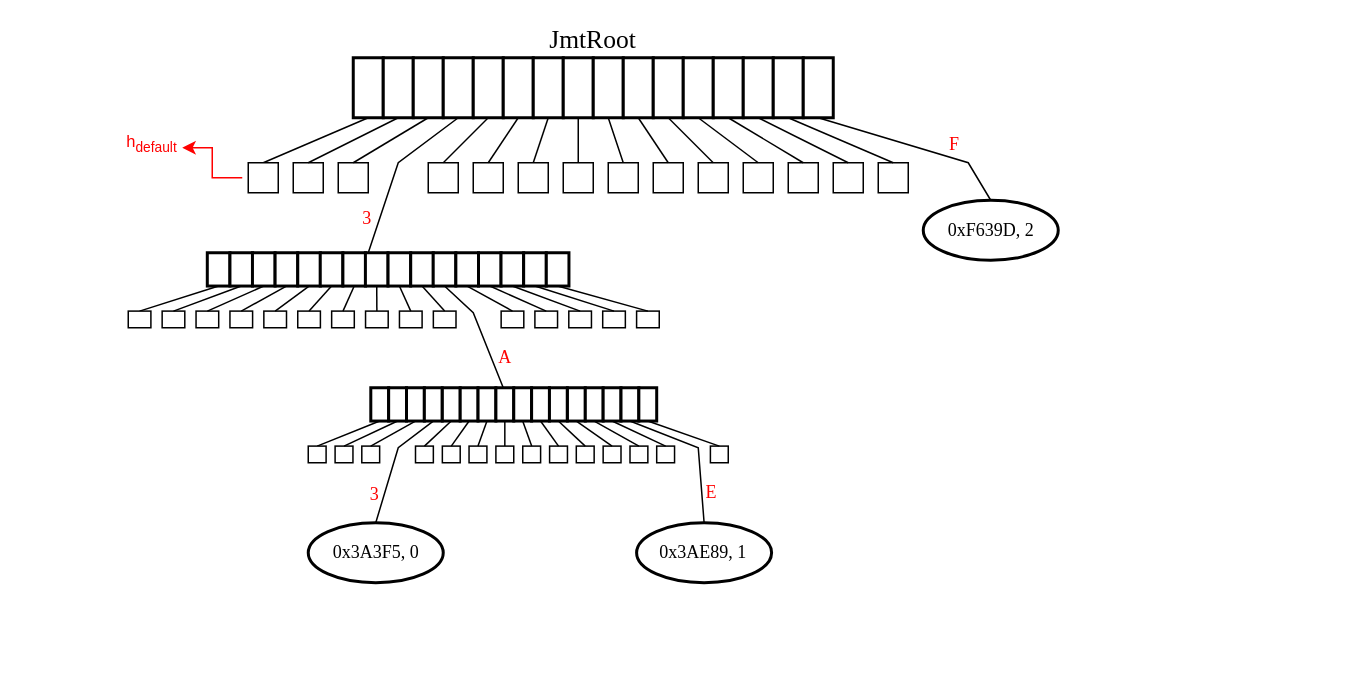
Earlier version of the draw.io diagram JMT.drawio (pietro-celati/Jellyfish-Merkle-Tree). Source tidied: cells renumbered, new cells numbered last; positions are measured from the earlier drawing's top-left corner, leaving out a move shared by most shapes. Both pictures are drawn from the tidied source at 150%, with x=0, y=0 at pixel (106, 26).
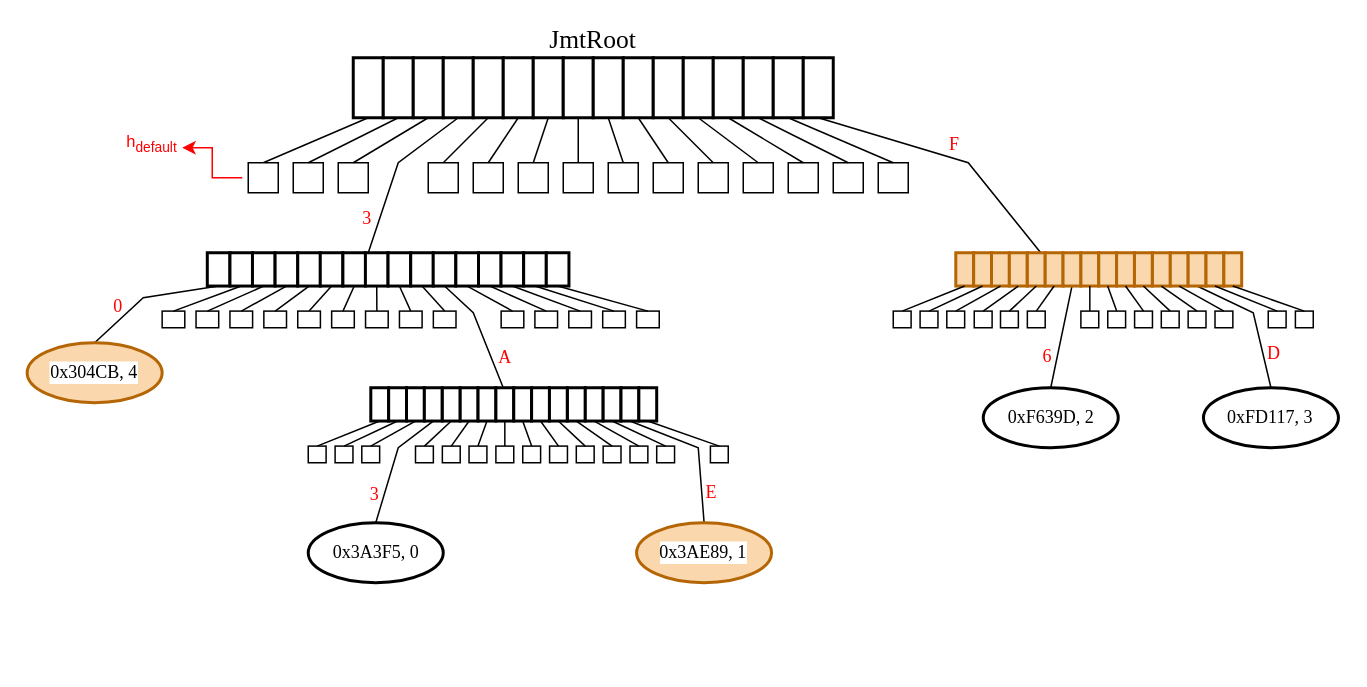
The same page after the edit.

Unchanged cells that the change refers to:
```xml
<mxCell id="22" style="rounded=0;whiteSpace=wrap;html=1;strokeWidth=2;" parent="6" vertex="1">
  <mxGeometry x="300" width="20" height="40" as="geometry" />
</mxCell>
<mxCell id="110" style="rounded=0;whiteSpace=wrap;html=1;strokeWidth=2;fillColor=#FFFFFF;" parent="109" vertex="1">
  <mxGeometry width="15.1" height="22.2" as="geometry" />
</mxCell>
```

The edit, as a diff of the source:
```diff
@@
-    <mxCell id="103" style="ellipse;whiteSpace=wrap;html=1;strokeWidth=2;" parent="1" vertex="1">
+    <mxCell id="103" style="ellipse;whiteSpace=wrap;html=1;strokeWidth=2;fillColor=#fad7ac;strokeColor=#b46504;" parent="1" vertex="1">
       <mxGeometry x="352.9" y="331" width="90" height="40" as="geometry" />
     </mxCell>
@@
-    <mxCell id="105" style="ellipse;whiteSpace=wrap;html=1;strokeWidth=2;fillColor=#FFFFFF;fontColor=#ffffff;strokeColor=#000000;" parent="1" vertex="1">
-      <mxGeometry x="544" y="116" width="90" height="40" as="geometry" />
-    </mxCell>
-    <mxCell id="106" value="&lt;font face=&quot;Times New Roman&quot;&gt;0x&lt;span style=&quot;&quot;&gt;F63&lt;/span&gt;&lt;span style=&quot;&quot;&gt;9D&lt;/span&gt;, &lt;span style=&quot;&quot;&gt;2&lt;/span&gt;&lt;/font&gt;" style="text;html=1;align=center;verticalAlign=middle;whiteSpace=wrap;rounded=0;labelBackgroundColor=default;" parent="1" vertex="1">
-      <mxGeometry x="551.5" y="121" width="75" height="30" as="geometry" />
-    </mxCell>
-    <mxCell id="107" style="endArrow=none;html=1;rounded=0;entryX=0.5;entryY=1;entryDx=0;entryDy=0;exitX=0.5;exitY=0;exitDx=0;exitDy=0;" parent="1" edge="1" source="105" target="22">
+    <mxCell id="107" style="endArrow=none;html=1;rounded=0;entryX=0.5;entryY=1;entryDx=0;entryDy=0;exitX=0.75;exitY=0;exitDx=0;exitDy=0;" parent="1" edge="1" source="176" target="22">
       <mxGeometry relative="1" as="geometry">
         <Array as="points">
           <mxPoint x="574" y="91" />
         </Array>
       </mxGeometry>
     </mxCell>
@@
-    <mxCell id="126" style="endArrow=none;html=1;rounded=0;exitX=0.5;exitY=0;exitDx=0;exitDy=0;entryX=0.5;entryY=1;entryDx=0;entryDy=0;" parent="1" edge="1" source="127" target="110">
-      <mxGeometry relative="1" as="geometry" />
+    <mxCell id="126" style="endArrow=none;html=1;rounded=0;entryX=0.5;entryY=1;entryDx=0;entryDy=0;exitX=0.5;exitY=0;exitDx=0;exitDy=0;strokeColor=#000000;" parent="1" edge="1" source="167" target="110">
+      <mxGeometry relative="1" as="geometry">
+        <Array as="points">
+          <mxPoint x="24" y="181" />
+        </Array>
+      </mxGeometry>
     </mxCell>
-    <mxCell id="127" style="rounded=0;whiteSpace=wrap;html=1;" parent="1" vertex="1">
-      <mxGeometry x="14" y="189.9" width="15.1" height="11.1" as="geometry" />
-    </mxCell>
@@
+    <mxCell id="161" style="group;" parent="1" vertex="1">
+      <mxGeometry x="584" y="241" width="90" height="40" as="geometry" />
+    </mxCell>
+    <mxCell id="105" style="ellipse;whiteSpace=wrap;html=1;strokeWidth=2;fillColor=#FFFFFF;fontColor=#ffffff;strokeColor=#000000;" parent="161" vertex="1">
+      <mxGeometry width="90" height="40" as="geometry" />
+    </mxCell>
+    <mxCell id="106" value="&lt;font face=&quot;Times New Roman&quot;&gt;0x&lt;span style=&quot;&quot;&gt;F63&lt;/span&gt;&lt;span style=&quot;&quot;&gt;9D&lt;/span&gt;, &lt;span style=&quot;&quot;&gt;2&lt;/span&gt;&lt;/font&gt;" style="text;html=1;align=center;verticalAlign=middle;whiteSpace=wrap;rounded=0;labelBackgroundColor=default;" parent="161" vertex="1">
+      <mxGeometry x="7.5" y="5" width="75" height="30" as="geometry" />
+    </mxCell>
+    <mxCell id="162" style="endArrow=none;html=1;rounded=0;entryX=0.5;entryY=1;entryDx=0;entryDy=0;exitX=0.5;exitY=0;exitDx=0;exitDy=0;" parent="1" edge="1" source="105" target="178">
+      <mxGeometry relative="1" as="geometry" />
+    </mxCell>
+    <mxCell id="163" style="endArrow=none;html=1;rounded=0;entryX=0.5;entryY=1;entryDx=0;entryDy=0;exitX=0.5;exitY=0;exitDx=0;exitDy=0;strokeColor=#000000;" parent="1" edge="1" source="169" target="185">
+      <mxGeometry relative="1" as="geometry">
+        <Array as="points">
+          <mxPoint x="764" y="191" />
+        </Array>
+      </mxGeometry>
+    </mxCell>
+    <mxCell id="164" value="&lt;font style=&quot;color: rgb(255, 0, 0);&quot; face=&quot;Times New Roman&quot;&gt;0&lt;/font&gt;" style="text;html=1;align=center;verticalAlign=middle;whiteSpace=wrap;rounded=0;" parent="1" vertex="1">
+      <mxGeometry x="-4" y="175.2" width="23" height="24" as="geometry" />
+    </mxCell>
+    <mxCell id="165" value="&lt;font style=&quot;color: rgb(255, 0, 0);&quot; face=&quot;Times New Roman&quot;&gt;6&lt;/font&gt;" style="text;html=1;align=center;verticalAlign=middle;whiteSpace=wrap;rounded=0;" parent="1" vertex="1">
+      <mxGeometry x="614" y="208.5" width="25.5" height="23" as="geometry" />
+    </mxCell>
+    <mxCell id="166" value="&lt;font style=&quot;color: rgb(255, 0, 0);&quot; face=&quot;Times New Roman&quot;&gt;D&lt;/font&gt;" style="text;html=1;align=center;verticalAlign=middle;whiteSpace=wrap;rounded=0;" parent="1" vertex="1">
+      <mxGeometry x="765" y="206.5" width="25.5" height="23" as="geometry" />
+    </mxCell>
+    <mxCell id="167" style="ellipse;whiteSpace=wrap;html=1;strokeWidth=2;fillColor=#fad7ac;strokeColor=#b46504;" parent="1" vertex="1">
+      <mxGeometry x="-53.4" y="211" width="90" height="40" as="geometry" />
+    </mxCell>
+    <mxCell id="168" value="&lt;font face=&quot;Times New Roman&quot;&gt;0x&lt;span style=&quot;&quot;&gt;304CB&lt;/span&gt;, 4&lt;/font&gt;" style="text;html=1;align=center;verticalAlign=middle;whiteSpace=wrap;rounded=0;labelBackgroundColor=default;" parent="1" vertex="1">
+      <mxGeometry x="-45.9" y="216" width="75" height="30" as="geometry" />
+    </mxCell>
+    <mxCell id="169" style="ellipse;whiteSpace=wrap;html=1;strokeWidth=2;" parent="1" vertex="1">
+      <mxGeometry x="730.8" y="241" width="90" height="40" as="geometry" />
+    </mxCell>
+    <mxCell id="170" value="&lt;font face=&quot;Times New Roman&quot;&gt;0xFD117, 3&lt;/font&gt;" style="text;html=1;align=center;verticalAlign=middle;whiteSpace=wrap;rounded=0;labelBackgroundColor=default;" parent="1" vertex="1">
+      <mxGeometry x="738.2" y="246" width="75" height="30" as="geometry" />
+    </mxCell>
+    <mxCell id="171" style="group;strokeWidth=2;" parent="1" vertex="1">
+      <mxGeometry x="565.7" y="151" width="190.6" height="22.2" as="geometry" />
+    </mxCell>
+    <mxCell id="172" style="rounded=0;whiteSpace=wrap;html=1;strokeWidth=2;fillColor=#fad7ac;strokeColor=#b46504;" parent="171" vertex="1">
+      <mxGeometry width="11.9" height="22.2" as="geometry" />
+    </mxCell>
+    <mxCell id="173" style="rounded=0;whiteSpace=wrap;html=1;strokeWidth=2;fillColor=#fad7ac;strokeColor=#b46504;" parent="171" vertex="1">
+      <mxGeometry x="11.9" width="11.9" height="22.2" as="geometry" />
+    </mxCell>
+    <mxCell id="174" style="rounded=0;whiteSpace=wrap;html=1;strokeWidth=2;fillColor=#fad7ac;strokeColor=#b46504;" parent="171" vertex="1">
+      <mxGeometry x="23.8" width="11.9" height="22.2" as="geometry" />
+    </mxCell>
+    <mxCell id="175" style="rounded=0;whiteSpace=wrap;html=1;strokeWidth=2;fillColor=#fad7ac;strokeColor=#b46504;" parent="171" vertex="1">
+      <mxGeometry x="35.7" width="11.9" height="22.2" as="geometry" />
+    </mxCell>
+    <mxCell id="176" style="rounded=0;whiteSpace=wrap;html=1;strokeWidth=2;fillColor=#fad7ac;strokeColor=#b46504;" parent="171" vertex="1">
+      <mxGeometry x="47.7" width="11.9" height="22.2" as="geometry" />
+    </mxCell>
+    <mxCell id="177" style="rounded=0;whiteSpace=wrap;html=1;strokeWidth=2;fillColor=#fad7ac;strokeColor=#b46504;" parent="171" vertex="1">
+      <mxGeometry x="59.6" width="11.9" height="22.2" as="geometry" />
+    </mxCell>
+    <mxCell id="178" style="rounded=0;whiteSpace=wrap;html=1;strokeWidth=2;fillColor=#fad7ac;strokeColor=#b46504;" parent="171" vertex="1">
+      <mxGeometry x="71.5" width="11.9" height="22.2" as="geometry" />
+    </mxCell>
+    <mxCell id="179" style="rounded=0;whiteSpace=wrap;html=1;strokeWidth=2;fillColor=#fad7ac;strokeColor=#b46504;" parent="171" vertex="1">
+      <mxGeometry x="83.4" width="11.9" height="22.2" as="geometry" />
+    </mxCell>
+    <mxCell id="180" style="rounded=0;whiteSpace=wrap;html=1;strokeWidth=2;fillColor=#fad7ac;strokeColor=#b46504;" parent="171" vertex="1">
+      <mxGeometry x="95.3" width="11.9" height="22.2" as="geometry" />
+    </mxCell>
+    <mxCell id="181" style="rounded=0;whiteSpace=wrap;html=1;strokeWidth=2;fillColor=#fad7ac;strokeColor=#b46504;" parent="171" vertex="1">
+      <mxGeometry x="107.2" width="11.9" height="22.2" as="geometry" />
+    </mxCell>
+    <mxCell id="182" style="rounded=0;whiteSpace=wrap;html=1;strokeWidth=2;fillColor=#fad7ac;strokeColor=#b46504;" parent="171" vertex="1">
+      <mxGeometry x="119.1" width="11.9" height="22.2" as="geometry" />
+    </mxCell>
+    <mxCell id="183" style="rounded=0;whiteSpace=wrap;html=1;strokeWidth=2;fillColor=#fad7ac;strokeColor=#b46504;" parent="171" vertex="1">
+      <mxGeometry x="131.1" width="11.9" height="22.2" as="geometry" />
+    </mxCell>
+    <mxCell id="184" style="rounded=0;whiteSpace=wrap;html=1;strokeWidth=2;fillColor=#fad7ac;strokeColor=#b46504;" parent="171" vertex="1">
+      <mxGeometry x="143" width="11.9" height="22.2" as="geometry" />
+    </mxCell>
+    <mxCell id="185" style="rounded=0;whiteSpace=wrap;html=1;strokeWidth=2;fillColor=#fad7ac;strokeColor=#b46504;" parent="171" vertex="1">
+      <mxGeometry x="154.9" width="11.9" height="22.2" as="geometry" />
+    </mxCell>
+    <mxCell id="186" style="rounded=0;whiteSpace=wrap;html=1;strokeWidth=2;fillColor=#fad7ac;strokeColor=#b46504;" parent="171" vertex="1">
+      <mxGeometry x="166.8" width="11.9" height="22.2" as="geometry" />
+    </mxCell>
+    <mxCell id="187" style="rounded=0;whiteSpace=wrap;html=1;strokeWidth=2;fillColor=#fad7ac;strokeColor=#b46504;" parent="171" vertex="1">
+      <mxGeometry x="178.7" width="11.9" height="22.2" as="geometry" />
+    </mxCell>
+    <mxCell id="188" style="endArrow=none;html=1;rounded=0;exitX=0.5;exitY=0;exitDx=0;exitDy=0;entryX=0.5;entryY=1;entryDx=0;entryDy=0;" parent="1" edge="1" source="189" target="172">
+      <mxGeometry relative="1" as="geometry" />
+    </mxCell>
+    <mxCell id="189" style="rounded=0;whiteSpace=wrap;html=1;" parent="1" vertex="1">
+      <mxGeometry x="524" y="189.9" width="11.9" height="11.1" as="geometry" />
+    </mxCell>
+    <mxCell id="190" style="rounded=0;whiteSpace=wrap;html=1;" parent="1" vertex="1">
+      <mxGeometry x="541.9" y="189.9" width="11.9" height="11.1" as="geometry" />
+    </mxCell>
+    <mxCell id="191" style="endArrow=none;html=1;rounded=0;entryX=0.5;entryY=1;entryDx=0;entryDy=0;exitX=0.5;exitY=0;exitDx=0;exitDy=0;" parent="1" edge="1" source="190" target="173">
+      <mxGeometry relative="1" as="geometry" />
+    </mxCell>
+    <mxCell id="192" style="rounded=0;whiteSpace=wrap;html=1;" parent="1" vertex="1">
+      <mxGeometry x="559.7" y="189.9" width="11.9" height="11.1" as="geometry" />
+    </mxCell>
+    <mxCell id="193" style="endArrow=none;html=1;rounded=0;entryX=0.5;entryY=1;entryDx=0;entryDy=0;exitX=0.5;exitY=0;exitDx=0;exitDy=0;" parent="1" edge="1" source="192" target="174">
+      <mxGeometry relative="1" as="geometry" />
+    </mxCell>
+    <mxCell id="194" style="rounded=0;whiteSpace=wrap;html=1;" parent="1" vertex="1">
+      <mxGeometry x="595.5" y="189.9" width="11.9" height="11.1" as="geometry" />
+    </mxCell>
+    <mxCell id="195" style="endArrow=none;html=1;rounded=0;entryX=0.5;entryY=1;entryDx=0;entryDy=0;exitX=0.5;exitY=0;exitDx=0;exitDy=0;" parent="1" edge="1" source="194" target="176">
+      <mxGeometry relative="1" as="geometry" />
+    </mxCell>
+    <mxCell id="196" style="rounded=0;whiteSpace=wrap;html=1;" parent="1" vertex="1">
+      <mxGeometry x="613.4" y="189.9" width="11.9" height="11.1" as="geometry" />
+    </mxCell>
+    <mxCell id="197" style="endArrow=none;html=1;rounded=0;entryX=0.5;entryY=1;entryDx=0;entryDy=0;exitX=0.5;exitY=0;exitDx=0;exitDy=0;" parent="1" edge="1" source="196" target="177">
+      <mxGeometry relative="1" as="geometry" />
+    </mxCell>
+    <mxCell id="198" style="rounded=0;whiteSpace=wrap;html=1;" parent="1" vertex="1">
+      <mxGeometry x="649.1" y="189.9" width="11.9" height="11.1" as="geometry" />
+    </mxCell>
+    <mxCell id="199" style="endArrow=none;html=1;rounded=0;entryX=0.5;entryY=1;entryDx=0;entryDy=0;exitX=0.5;exitY=0;exitDx=0;exitDy=0;" parent="1" edge="1" source="198" target="179">
+      <mxGeometry relative="1" as="geometry" />
+    </mxCell>
+    <mxCell id="200" style="rounded=0;whiteSpace=wrap;html=1;" parent="1" vertex="1">
+      <mxGeometry x="667" y="189.9" width="11.9" height="11.1" as="geometry" />
+    </mxCell>
+    <mxCell id="201" style="endArrow=none;html=1;rounded=0;entryX=0.5;entryY=1;entryDx=0;entryDy=0;exitX=0.5;exitY=0;exitDx=0;exitDy=0;" parent="1" edge="1" source="200" target="180">
+      <mxGeometry relative="1" as="geometry" />
+    </mxCell>
+    <mxCell id="202" style="rounded=0;whiteSpace=wrap;html=1;" parent="1" vertex="1">
+      <mxGeometry x="684.9" y="189.9" width="11.9" height="11.1" as="geometry" />
+    </mxCell>
+    <mxCell id="203" style="endArrow=none;html=1;rounded=0;entryX=0.5;entryY=1;entryDx=0;entryDy=0;exitX=0.5;exitY=0;exitDx=0;exitDy=0;" parent="1" edge="1" source="202" target="181">
+      <mxGeometry relative="1" as="geometry" />
+    </mxCell>
+    <mxCell id="204" style="rounded=0;whiteSpace=wrap;html=1;" parent="1" vertex="1">
+      <mxGeometry x="702.7" y="189.9" width="11.9" height="11.1" as="geometry" />
+    </mxCell>
+    <mxCell id="205" style="rounded=0;whiteSpace=wrap;html=1;" parent="1" vertex="1">
+      <mxGeometry x="720.6" y="189.9" width="11.9" height="11.1" as="geometry" />
+    </mxCell>
+    <mxCell id="206" style="rounded=0;whiteSpace=wrap;html=1;" parent="1" vertex="1">
+      <mxGeometry x="738.5" y="189.9" width="11.9" height="11.1" as="geometry" />
+    </mxCell>
+    <mxCell id="207" style="endArrow=none;html=1;rounded=0;entryX=0.5;entryY=1;entryDx=0;entryDy=0;exitX=0.5;exitY=0;exitDx=0;exitDy=0;" parent="1" edge="1" source="204" target="182">
+      <mxGeometry relative="1" as="geometry" />
+    </mxCell>
+    <mxCell id="208" style="endArrow=none;html=1;rounded=0;entryX=0.5;entryY=1;entryDx=0;entryDy=0;exitX=0.5;exitY=0;exitDx=0;exitDy=0;" parent="1" edge="1" source="205" target="183">
+      <mxGeometry relative="1" as="geometry" />
+    </mxCell>
+    <mxCell id="209" style="endArrow=none;html=1;rounded=0;entryX=0.5;entryY=1;entryDx=0;entryDy=0;exitX=0.5;exitY=0;exitDx=0;exitDy=0;" parent="1" edge="1" source="206" target="184">
+      <mxGeometry relative="1" as="geometry" />
+    </mxCell>
+    <mxCell id="210" style="rounded=0;whiteSpace=wrap;html=1;" parent="1" vertex="1">
+      <mxGeometry x="792.1" y="189.9" width="11.9" height="11.1" as="geometry" />
+    </mxCell>
+    <mxCell id="211" style="endArrow=none;html=1;rounded=0;entryX=0.5;entryY=1;entryDx=0;entryDy=0;exitX=0.5;exitY=0;exitDx=0;exitDy=0;" parent="1" edge="1" source="210" target="187">
+      <mxGeometry relative="1" as="geometry" />
+    </mxCell>
+    <mxCell id="212" style="rounded=0;whiteSpace=wrap;html=1;" parent="1" vertex="1">
+      <mxGeometry x="578" y="189.9" width="11.9" height="11.1" as="geometry" />
+    </mxCell>
+    <mxCell id="213" style="endArrow=none;html=1;rounded=0;entryX=0.5;entryY=1;entryDx=0;entryDy=0;exitX=0.5;exitY=0;exitDx=0;exitDy=0;" parent="1" edge="1" source="212" target="175">
+      <mxGeometry relative="1" as="geometry" />
+    </mxCell>
+    <mxCell id="214" style="rounded=0;whiteSpace=wrap;html=1;" parent="1" vertex="1">
+      <mxGeometry x="774" y="189.9" width="11.9" height="11.1" as="geometry" />
+    </mxCell>
+    <mxCell id="215" style="endArrow=none;html=1;rounded=0;entryX=0.5;entryY=1;entryDx=0;entryDy=0;exitX=0.5;exitY=0;exitDx=0;exitDy=0;" parent="1" edge="1" source="214" target="186">
+      <mxGeometry relative="1" as="geometry" />
+    </mxCell>
```
